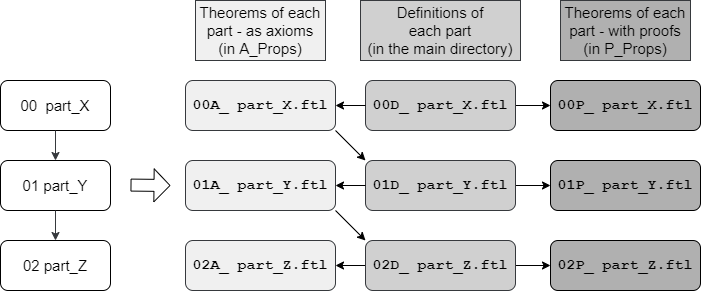
Earlier version of the draw.io export project_structure_explained.png (Felix-Thiele/Lin-Algebra-Formalization-FTL). Source tidied: cells renumbered, new cells last; positions are measured from the earlier drawing's top-left corner, leaving out a move shared by most shapes.
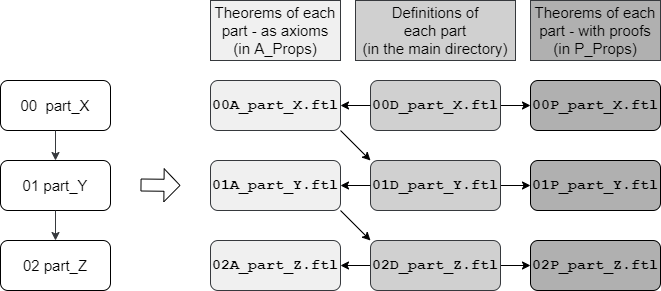
The same file after the commit.

Commit message:
project structure png and pdf

Diff of the diagram source:
```diff
@@ -3,10 +3,10 @@
     <mxCell id="0" />
     <mxCell id="1" parent="0" />
     <mxCell id="2" value="00&amp;nbsp; part_X" style="rounded=1;whiteSpace=wrap;html=1;fontSize=15;" parent="1" vertex="1">
-      <mxGeometry y="80" width="110" height="50" as="geometry" />
+      <mxGeometry x="-10" y="80" width="110" height="50" as="geometry" />
     </mxCell>
     <mxCell id="3" value="01 part_Y" style="rounded=1;whiteSpace=wrap;html=1;fontSize=15;" parent="1" vertex="1">
-      <mxGeometry y="160" width="110" height="50" as="geometry" />
+      <mxGeometry x="-10" y="160" width="110" height="50" as="geometry" />
     </mxCell>
     <mxCell id="4" style="endArrow=classic;html=1;fontSize=15;exitX=0.5;exitY=1;exitDx=0;exitDy=0;entryX=0.5;entryY=0;entryDx=0;entryDy=0;fillColor=#eeeeee;strokeColor=#36393d;" parent="1" edge="1" source="3" target="6">
       <mxGeometry relative="1" as="geometry" />
@@ -15,19 +15,19 @@
       <mxGeometry relative="1" as="geometry" />
     </mxCell>
     <mxCell id="6" value="02 part_Z" style="rounded=1;whiteSpace=wrap;html=1;fontSize=15;" parent="1" vertex="1">
-      <mxGeometry y="240" width="110" height="50" as="geometry" />
+      <mxGeometry x="-10" y="240" width="110" height="50" as="geometry" />
     </mxCell>
     <mxCell id="7" style="rounded=0;jettySize=auto;html=1;exitX=1;exitY=0.5;exitDx=0;exitDy=0;entryX=0;entryY=0.5;entryDx=0;entryDy=0;align=right;fontFamily=Courier New;fontSize=15;fontStyle=1;" parent="1" edge="1" source="8" target="14">
       <mxGeometry relative="1" as="geometry" />
     </mxCell>
-    <mxCell id="8" value="00D_ part_X.ftl" style="rounded=1;whiteSpace=wrap;html=1;fontSize=15;fillColor=#D0D0D0;strokeColor=#36393d;fontFamily=Courier New;fontStyle=1;" parent="1" vertex="1">
-      <mxGeometry x="365" y="80" width="150" height="50" as="geometry" />
+    <mxCell id="8" value="00D_part_X.ftl" style="rounded=1;whiteSpace=wrap;html=1;fontSize=15;fillColor=#D0D0D0;strokeColor=#36393d;fontFamily=Courier New;fontStyle=1;" parent="1" vertex="1">
+      <mxGeometry x="360" y="80" width="130" height="50" as="geometry" />
     </mxCell>
     <mxCell id="9" style="rounded=0;jettySize=auto;html=1;exitX=1;exitY=0.5;exitDx=0;exitDy=0;entryX=0;entryY=0.5;entryDx=0;entryDy=0;align=right;fontFamily=Courier New;fontSize=15;fontStyle=1;" parent="1" edge="1" source="10" target="15">
       <mxGeometry relative="1" as="geometry" />
     </mxCell>
-    <mxCell id="10" value="01D_ part_Y.ftl" style="rounded=1;whiteSpace=wrap;html=1;fontSize=15;fillColor=#D0D0D0;strokeColor=#36393d;fontFamily=Courier New;fontStyle=1;" parent="1" vertex="1">
-      <mxGeometry x="365" y="160" width="150" height="50" as="geometry" />
+    <mxCell id="10" value="01D_part_Y.ftl" style="rounded=1;whiteSpace=wrap;html=1;fontSize=15;fillColor=#D0D0D0;strokeColor=#36393d;fontFamily=Courier New;fontStyle=1;" parent="1" vertex="1">
+      <mxGeometry x="360" y="160" width="130" height="50" as="geometry" />
     </mxCell>
     <mxCell id="11" style="rounded=0;jettySize=auto;html=1;exitX=0;exitY=0.5;exitDx=0;exitDy=0;entryX=1;entryY=0.5;entryDx=0;entryDy=0;align=right;fontFamily=Courier New;fontSize=15;fontStyle=1;" parent="1" edge="1" source="13" target="20">
       <mxGeometry relative="1" as="geometry" />
@@ -35,29 +35,29 @@
     <mxCell id="12" style="rounded=0;jettySize=auto;html=1;exitX=1;exitY=0.5;exitDx=0;exitDy=0;entryX=0;entryY=0.5;entryDx=0;entryDy=0;align=right;fontFamily=Courier New;fontSize=15;fontStyle=1;" parent="1" edge="1" source="13" target="16">
       <mxGeometry relative="1" as="geometry" />
     </mxCell>
-    <mxCell id="13" value="02D_ part_Z.ftl" style="rounded=1;whiteSpace=wrap;html=1;fontSize=15;fillColor=#D0D0D0;strokeColor=#36393d;fontFamily=Courier New;fontStyle=1;" parent="1" vertex="1">
-      <mxGeometry x="365" y="240" width="150" height="50" as="geometry" />
+    <mxCell id="13" value="02D_part_Z.ftl" style="rounded=1;whiteSpace=wrap;html=1;fontSize=15;fillColor=#D0D0D0;strokeColor=#36393d;fontFamily=Courier New;fontStyle=1;" parent="1" vertex="1">
+      <mxGeometry x="360" y="240" width="130" height="50" as="geometry" />
     </mxCell>
-    <mxCell id="14" value="00P_ part_X.ftl" style="rounded=1;whiteSpace=wrap;html=1;fontSize=15;fillColor=#B0B0B0;fontFamily=Courier New;fontStyle=1;" parent="1" vertex="1">
-      <mxGeometry x="550" y="80" width="150" height="50" as="geometry" />
+    <mxCell id="14" value="00P_part_X.ftl" style="rounded=1;whiteSpace=wrap;html=1;fontSize=15;fillColor=#B0B0B0;fontFamily=Courier New;fontStyle=1;" parent="1" vertex="1">
+      <mxGeometry x="520" y="80" width="130" height="50" as="geometry" />
     </mxCell>
-    <mxCell id="15" value="01P_ part_Y.ftl" style="rounded=1;whiteSpace=wrap;html=1;fontSize=15;fillColor=#B0B0B0;fontFamily=Courier New;fontStyle=1;" parent="1" vertex="1">
-      <mxGeometry x="550" y="160" width="150" height="50" as="geometry" />
+    <mxCell id="15" value="01P_part_Y.ftl" style="rounded=1;whiteSpace=wrap;html=1;fontSize=15;fillColor=#B0B0B0;fontFamily=Courier New;fontStyle=1;" parent="1" vertex="1">
+      <mxGeometry x="520" y="160" width="130" height="50" as="geometry" />
     </mxCell>
-    <mxCell id="16" value="02P_ part_Z.ftl" style="rounded=1;whiteSpace=wrap;html=1;fontSize=15;fillColor=#B0B0B0;fontFamily=Courier New;fontStyle=1;" parent="1" vertex="1">
-      <mxGeometry x="550" y="240" width="150" height="50" as="geometry" />
+    <mxCell id="16" value="02P_part_Z.ftl" style="rounded=1;whiteSpace=wrap;html=1;fontSize=15;fillColor=#B0B0B0;fontFamily=Courier New;fontStyle=1;" parent="1" vertex="1">
+      <mxGeometry x="520" y="240" width="130" height="50" as="geometry" />
     </mxCell>
     <mxCell id="17" style="rounded=0;jettySize=auto;html=1;exitX=1;exitY=1;exitDx=0;exitDy=0;entryX=0;entryY=0;entryDx=0;entryDy=0;align=right;fontFamily=Courier New;fontSize=15;fontStyle=1;" parent="1" edge="1" source="18" target="10">
       <mxGeometry relative="1" as="geometry" />
     </mxCell>
-    <mxCell id="18" value="00A_ part_X.ftl" style="rounded=1;whiteSpace=wrap;html=1;fontSize=15;fillColor=#F0F0F0;strokeColor=#36393d;fontFamily=Courier New;fontStyle=1;" parent="1" vertex="1">
-      <mxGeometry x="185" y="80" width="150" height="50" as="geometry" />
+    <mxCell id="18" value="00A_part_X.ftl" style="rounded=1;whiteSpace=wrap;html=1;fontSize=15;fillColor=#F0F0F0;strokeColor=#36393d;fontFamily=Courier New;fontStyle=1;" parent="1" vertex="1">
+      <mxGeometry x="200" y="80" width="130" height="50" as="geometry" />
     </mxCell>
-    <mxCell id="19" value="01A_ part_Y.ftl" style="rounded=1;whiteSpace=wrap;html=1;fontSize=15;fillColor=#F0F0F0;strokeColor=#36393d;fontFamily=Courier New;fontStyle=1;" parent="1" vertex="1">
-      <mxGeometry x="185" y="160" width="150" height="50" as="geometry" />
+    <mxCell id="19" value="01A_part_Y.ftl" style="rounded=1;whiteSpace=wrap;html=1;fontSize=15;fillColor=#F0F0F0;strokeColor=#36393d;fontFamily=Courier New;fontStyle=1;" parent="1" vertex="1">
+      <mxGeometry x="200" y="160" width="130" height="50" as="geometry" />
     </mxCell>
-    <mxCell id="20" value="02A_ part_Z.ftl" style="rounded=1;whiteSpace=wrap;html=1;fontSize=15;fillColor=#F0F0F0;strokeColor=#36393d;fontFamily=Courier New;fontStyle=1;" parent="1" vertex="1">
-      <mxGeometry x="185" y="240" width="150" height="50" as="geometry" />
+    <mxCell id="20" value="02A_part_Z.ftl" style="rounded=1;whiteSpace=wrap;html=1;fontSize=15;fillColor=#F0F0F0;strokeColor=#36393d;fontFamily=Courier New;fontStyle=1;" parent="1" vertex="1">
+      <mxGeometry x="200" y="240" width="130" height="50" as="geometry" />
     </mxCell>
     <mxCell id="21" style="endArrow=classic;html=1;align=right;exitX=0;exitY=0.5;exitDx=0;exitDy=0;entryX=1;entryY=0.5;entryDx=0;entryDy=0;fontFamily=Courier New;fontSize=15;fontStyle=1;" parent="1" edge="1" source="8" target="18">
       <mxGeometry relative="1" as="geometry" />
@@ -69,18 +69,18 @@
       <mxGeometry relative="1" as="geometry" />
     </mxCell>
     <mxCell id="24" value="&lt;span style=&quot;font-weight: normal; font-size: 15px;&quot;&gt;Definitions of&lt;br style=&quot;font-size: 15px;&quot;&gt;each part&lt;br style=&quot;font-size: 15px;&quot;&gt;(in the main directory)&lt;br style=&quot;font-size: 15px;&quot;&gt;&lt;/span&gt;" style="rounded=0;whiteSpace=wrap;html=1;fontStyle=1;fillColor=#D0D0D0;strokeColor=#36393d;fontSize=15;" parent="1" vertex="1">
-      <mxGeometry x="360" width="160" height="60" as="geometry" />
+      <mxGeometry x="345" width="160" height="60" as="geometry" />
     </mxCell>
     <mxCell id="25" value="&lt;span style=&quot;font-weight: 400; font-size: 15px;&quot;&gt;Theorems of each part - as axioms&lt;br style=&quot;font-size: 15px;&quot;&gt;(in A_Props)&lt;br style=&quot;font-size: 15px;&quot;&gt;&lt;/span&gt;" style="rounded=0;whiteSpace=wrap;html=1;fontStyle=1;fillColor=#F0F0F0;strokeColor=#36393d;fontSize=15;" parent="1" vertex="1">
-      <mxGeometry x="195" width="130" height="60" as="geometry" />
+      <mxGeometry x="200" width="130" height="60" as="geometry" />
     </mxCell>
     <mxCell id="26" value="&lt;span style=&quot;font-weight: 400; font-size: 15px;&quot;&gt;Theorems of each part - with proofs&lt;br style=&quot;font-size: 15px;&quot;&gt;(in P_Props)&lt;br style=&quot;font-size: 15px;&quot;&gt;&lt;/span&gt;" style="rounded=0;whiteSpace=wrap;html=1;fontStyle=1;fillColor=#B0B0B0;strokeColor=#36393d;fontSize=15;" parent="1" vertex="1">
-      <mxGeometry x="560" width="130" height="60" as="geometry" />
+      <mxGeometry x="520" width="130" height="60" as="geometry" />
     </mxCell>
     <mxCell id="27" style="shape=flexArrow;endArrow=classic;html=1;width=12;align=right;verticalAlign=middle;horizontal=1;endSize=5;" parent="1" edge="1">
       <mxGeometry relative="1" as="geometry">
-        <mxPoint x="130" y="184.6" as="sourcePoint" />
-        <mxPoint x="170" y="185" as="targetPoint" />
+        <mxPoint x="130" y="184.5" as="sourcePoint" />
+        <mxPoint x="170" y="184.9" as="targetPoint" />
       </mxGeometry>
     </mxCell>
   </root>
```
